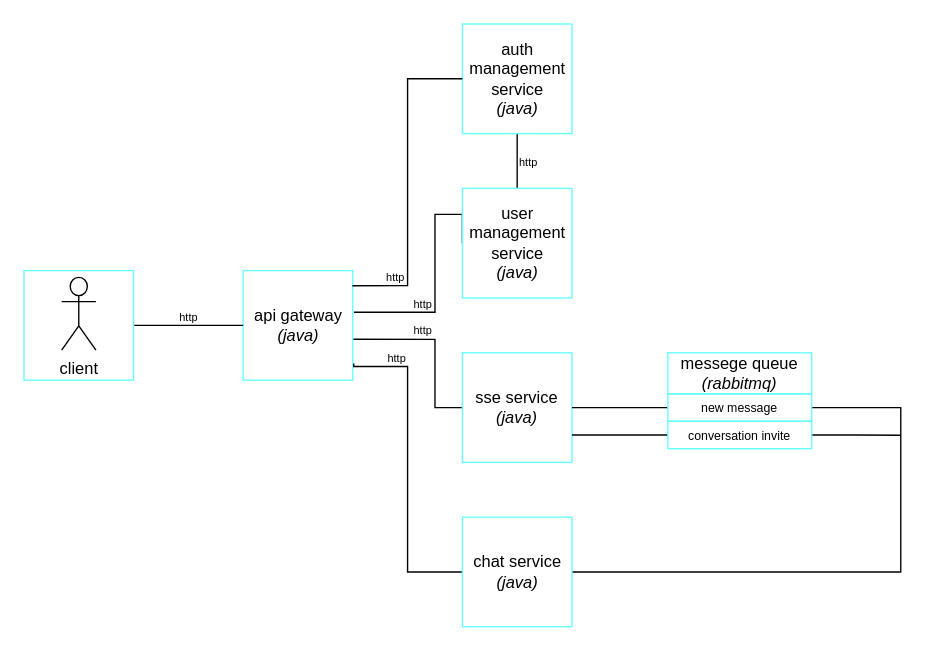
Before: rednet-system-design.drawio in Yantar-f/RedNet, a draw.io diagram. Source tidied: cells renumbered, new cells numbered last; positions are measured from the earlier drawing's top-left corner, leaving out a move shared by most shapes. Both pictures are drawn from the tidied source at 137%, with x=0, y=0 at pixel (23, 23).
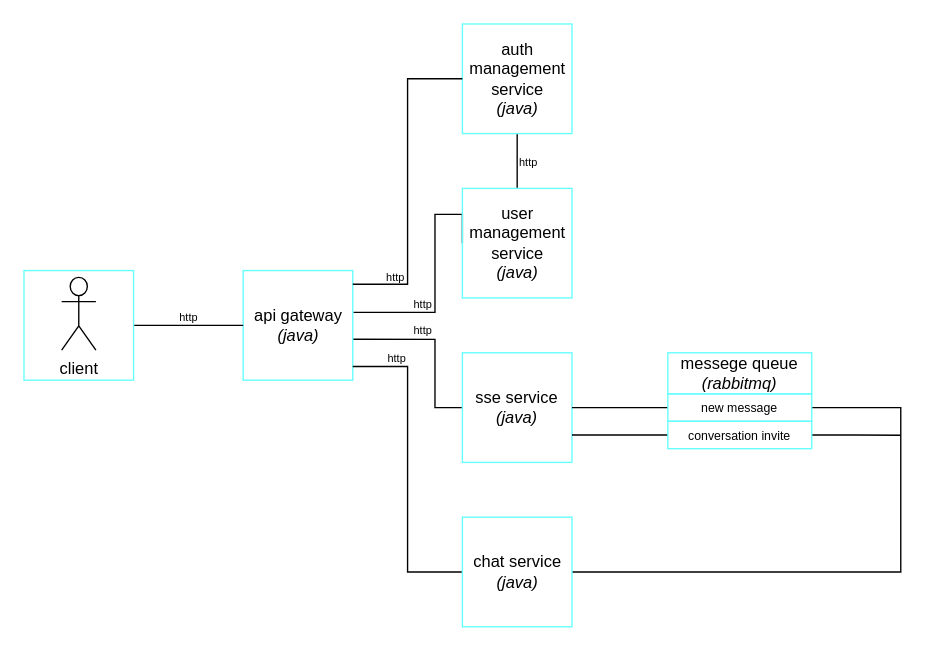
Above is the later version.

The change refers to these unchanged cells:
```xml
<mxCell id="5" value="api gateway&lt;br&gt;&lt;i&gt;(java)&lt;/i&gt;" style="html=1;strokeColor=#66FFFF;fillColor=none;" parent="1" vertex="1">
  <mxGeometry x="160" y="180" width="80" height="80" as="geometry" />
</mxCell>
<mxCell id="8" value="chat service&lt;br&gt;&lt;i style=&quot;&quot;&gt;(java)&lt;/i&gt;" style="html=1;strokeColor=#66FFFF;fillColor=none;" parent="1" vertex="1">
  <mxGeometry x="320" y="360" width="80" height="80" as="geometry" />
</mxCell>
<mxCell id="15" value="auth &lt;br&gt;management &lt;br&gt;service&lt;br&gt;&lt;i&gt;(java)&lt;/i&gt;" style="html=1;strokeColor=#66FFFF;fillColor=none;" parent="1" vertex="1">
  <mxGeometry x="320" width="80" height="80" as="geometry" />
</mxCell>
<mxCell id="16" value="user &lt;br&gt;management &lt;br&gt;service&lt;br&gt;&lt;i&gt;(java)&lt;/i&gt;" style="html=1;strokeColor=#66FFFF;fillColor=none;" parent="1" vertex="1">
  <mxGeometry x="320" y="120" width="80" height="80" as="geometry" />
</mxCell>
```

The edit, as a diff of the source:
```diff
@@
-    <mxCell id="2" style="edgeStyle=orthogonalEdgeStyle;rounded=0;jettySize=auto;html=1;exitX=1.01;exitY=0.38;exitDx=0;exitDy=0;entryX=0;entryY=0.5;entryDx=0;entryDy=0;startArrow=none;startFill=0;endArrow=none;endFill=0;exitPerimeter=0;" parent="1" edge="1" source="5" target="16">
+    <mxCell id="2" style="edgeStyle=orthogonalEdgeStyle;rounded=0;jettySize=auto;html=1;exitX=1.005;exitY=0.381;exitDx=0;exitDy=0;entryX=0;entryY=0.5;entryDx=0;entryDy=0;startArrow=none;startFill=0;endArrow=none;endFill=0;exitPerimeter=0;" parent="1" edge="1" source="5" target="16">
       <mxGeometry relative="1" as="geometry">
         <Array as="points">
-          <mxPoint x="300" y="210" />
+          <mxPoint x="300" y="211" />
           <mxPoint x="300" y="139" />
           <mxPoint x="320" y="139" />
         </Array>
       </mxGeometry>
     </mxCell>
@@
-    <mxCell id="7" style="edgeStyle=orthogonalEdgeStyle;rounded=0;jettySize=auto;html=1;exitX=0;exitY=0.5;exitDx=0;exitDy=0;entryX=1.009;entryY=0.848;entryDx=0;entryDy=0;entryPerimeter=0;endArrow=none;endFill=0;" parent="1" edge="1" source="8" target="5">
+    <mxCell id="7" style="edgeStyle=orthogonalEdgeStyle;rounded=0;jettySize=auto;html=1;exitX=0;exitY=0.5;exitDx=0;exitDy=0;endArrow=none;endFill=0;" parent="1" edge="1" source="8">
       <mxGeometry relative="1" as="geometry">
+        <mxPoint x="240" y="250" as="targetPoint" />
         <Array as="points">
           <mxPoint x="280" y="400" />
           <mxPoint x="280" y="250" />
-          <mxPoint x="241" y="250" />
         </Array>
       </mxGeometry>
     </mxCell>
@@
-    <mxCell id="18" style="edgeStyle=orthogonalEdgeStyle;rounded=0;jettySize=auto;html=1;exitX=0.996;exitY=0.138;exitDx=0;exitDy=0;entryX=0;entryY=0.5;entryDx=0;entryDy=0;endArrow=none;endFill=0;exitPerimeter=0;" parent="1" edge="1" source="5" target="15">
-      <mxGeometry relative="1" as="geometry" />
+    <mxCell id="18" style="edgeStyle=orthogonalEdgeStyle;rounded=0;jettySize=auto;html=1;entryX=0;entryY=0.5;entryDx=0;entryDy=0;endArrow=none;endFill=0;" parent="1" edge="1" target="15">
+      <mxGeometry relative="1" as="geometry">
+        <mxPoint x="240" y="190" as="sourcePoint" />
+        <Array as="points">
+          <mxPoint x="240" y="190" />
+          <mxPoint x="280" y="190" />
+          <mxPoint x="280" y="40" />
+        </Array>
+      </mxGeometry>
     </mxCell>
```
